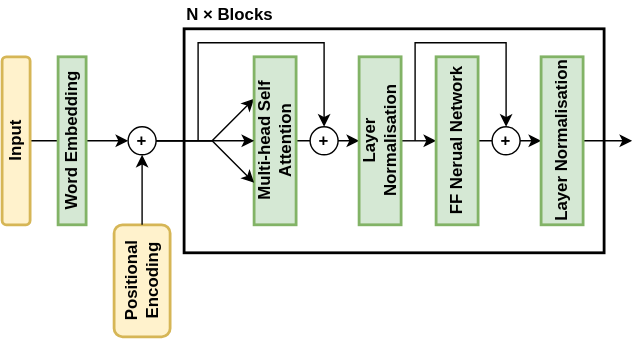
Before: transformer_encoding.svg, a diagram exported from draw.io (yyhtbs-yye/course_images). Source tidied: cells renumbered, new cells last; positions are measured from the earlier drawing's top-left corner, leaving out a move shared by most shapes.
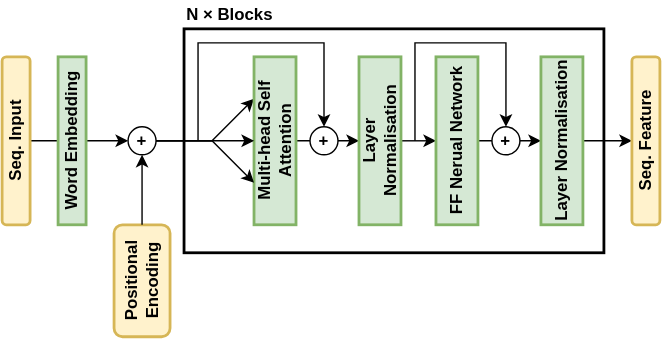
After the commit.

Diff of the diagram source:
```diff
@@ -15,7 +15,7 @@
     <mxCell id="4" style="rounded=0;jettySize=auto;html=1;" parent="1" edge="1" source="5" target="8">
       <mxGeometry relative="1" as="geometry" />
     </mxCell>
-    <mxCell id="5" value="Input" style="rounded=1;whiteSpace=wrap;html=1;fillColor=#fff2cc;strokeColor=#d6b656;horizontal=0;fontStyle=1;strokeWidth=2;" parent="1" vertex="1">
+    <mxCell id="5" value="Seq. Input" style="rounded=1;whiteSpace=wrap;html=1;fillColor=#fff2cc;strokeColor=#d6b656;horizontal=0;fontStyle=1;strokeWidth=2;" parent="1" vertex="1">
       <mxGeometry y="40" width="20" height="120" as="geometry" />
     </mxCell>
     <mxCell id="6" value="Word Embedding" style="rounded=0;whiteSpace=wrap;html=1;fillColor=#d5e8d4;strokeColor=#82b366;horizontal=0;fontStyle=1;strokeWidth=2;" parent="1" vertex="1">
@@ -94,5 +94,8 @@
         </Array>
       </mxGeometry>
     </mxCell>
+    <mxCell id="25" value="Seq. Feature" style="rounded=1;whiteSpace=wrap;html=1;fillColor=#fff2cc;strokeColor=#d6b656;horizontal=0;fontStyle=1;strokeWidth=2;" parent="1" vertex="1">
+      <mxGeometry x="450" y="40" width="20" height="120" as="geometry" />
+    </mxCell>
   </root>
 </mxGraphModel>
```
